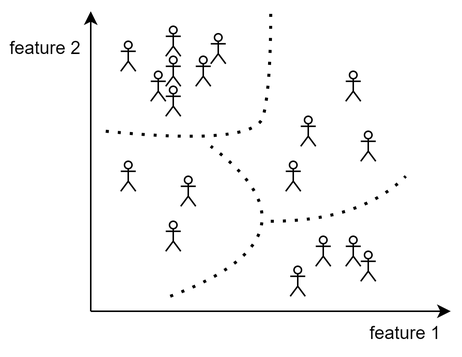
The draw.io diagram images/unsupervised_ml.png in bbirke/ml-python, before a commit. Source tidied: cells renumbered, new cells last; positions are measured from the earlier drawing's top-left corner, leaving out a move shared by most shapes. Its diagram source:
```xml
<mxGraphModel>
  <root>
    <mxCell id="0" />
    <mxCell id="1" parent="0" />
    <mxCell id="2" style="endArrow=classic;html=1;rounded=0;" parent="1" edge="1">
      <mxGeometry relative="1" as="geometry">
        <mxPoint x="60" y="200" as="sourcePoint" />
        <mxPoint x="300" y="200" as="targetPoint" />
      </mxGeometry>
    </mxCell>
    <mxCell id="3" value="feature 1" style="text;html=1;strokeColor=none;fillColor=none;align=center;verticalAlign=middle;whiteSpace=wrap;rounded=0;" parent="1" vertex="1">
      <mxGeometry x="240" y="200" width="60" height="30" as="geometry" />
    </mxCell>
    <mxCell id="4" style="endArrow=classic;html=1;rounded=0;" parent="1" edge="1">
      <mxGeometry relative="1" as="geometry">
        <mxPoint x="60" y="200" as="sourcePoint" />
        <mxPoint x="60" as="targetPoint" />
      </mxGeometry>
    </mxCell>
    <mxCell id="5" value="feature 2" style="text;html=1;strokeColor=none;fillColor=none;align=center;verticalAlign=middle;whiteSpace=wrap;rounded=0;" parent="1" vertex="1">
      <mxGeometry y="10" width="60" height="30" as="geometry" />
    </mxCell>
    <mxCell id="6" style="shape=umlActor;verticalLabelPosition=bottom;verticalAlign=top;html=1;" parent="1" vertex="1">
      <mxGeometry x="100" y="40" width="10" height="20" as="geometry" />
    </mxCell>
    <mxCell id="7" style="shape=umlActor;verticalLabelPosition=bottom;verticalAlign=top;html=1;" parent="1" vertex="1">
      <mxGeometry x="110" y="50" width="10" height="20" as="geometry" />
    </mxCell>
    <mxCell id="8" style="shape=umlActor;verticalLabelPosition=bottom;verticalAlign=top;html=1;" parent="1" vertex="1">
      <mxGeometry x="130" y="30" width="10" height="20" as="geometry" />
    </mxCell>
    <mxCell id="9" style="shape=umlActor;verticalLabelPosition=bottom;verticalAlign=top;html=1;" parent="1" vertex="1">
      <mxGeometry x="120" y="110" width="10" height="20" as="geometry" />
    </mxCell>
    <mxCell id="10" style="shape=umlActor;verticalLabelPosition=bottom;verticalAlign=top;html=1;" parent="1" vertex="1">
      <mxGeometry x="230" y="40" width="10" height="20" as="geometry" />
    </mxCell>
    <mxCell id="11" style="shape=umlActor;verticalLabelPosition=bottom;verticalAlign=top;html=1;" parent="1" vertex="1">
      <mxGeometry x="110" y="140" width="10" height="20" as="geometry" />
    </mxCell>
    <mxCell id="12" style="shape=umlActor;verticalLabelPosition=bottom;verticalAlign=top;html=1;" parent="1" vertex="1">
      <mxGeometry x="200" y="70" width="10" height="20" as="geometry" />
    </mxCell>
    <mxCell id="13" style="shape=umlActor;verticalLabelPosition=bottom;verticalAlign=top;html=1;" parent="1" vertex="1">
      <mxGeometry x="190" y="100" width="10" height="20" as="geometry" />
    </mxCell>
    <mxCell id="14" style="shape=umlActor;verticalLabelPosition=bottom;verticalAlign=top;html=1;" parent="1" vertex="1">
      <mxGeometry x="240" y="80" width="10" height="20" as="geometry" />
    </mxCell>
    <mxCell id="15" style="shape=umlActor;verticalLabelPosition=bottom;verticalAlign=top;html=1;" parent="1" vertex="1">
      <mxGeometry x="193" y="170" width="10" height="20" as="geometry" />
    </mxCell>
    <mxCell id="16" style="shape=umlActor;verticalLabelPosition=bottom;verticalAlign=top;html=1;" parent="1" vertex="1">
      <mxGeometry x="210" y="150" width="10" height="20" as="geometry" />
    </mxCell>
    <mxCell id="17" style="shape=umlActor;verticalLabelPosition=bottom;verticalAlign=top;html=1;" parent="1" vertex="1">
      <mxGeometry x="230" y="150" width="10" height="20" as="geometry" />
    </mxCell>
    <mxCell id="18" style="endArrow=none;dashed=1;html=1;dashPattern=1 3;strokeWidth=2;rounded=0;curved=1;" parent="1" edge="1">
      <mxGeometry relative="1" as="geometry">
        <mxPoint x="70" y="80" as="sourcePoint" />
        <mxPoint x="180" as="targetPoint" />
        <Array as="points">
          <mxPoint x="170" y="90" />
          <mxPoint x="180" y="50" />
        </Array>
      </mxGeometry>
    </mxCell>
    <mxCell id="19" style="endArrow=none;dashed=1;html=1;dashPattern=1 3;strokeWidth=2;rounded=0;curved=1;" parent="1" edge="1">
      <mxGeometry relative="1" as="geometry">
        <mxPoint x="113" y="190" as="sourcePoint" />
        <mxPoint x="140" y="90" as="targetPoint" />
        <Array as="points">
          <mxPoint x="220" y="150" />
        </Array>
      </mxGeometry>
    </mxCell>
    <mxCell id="20" style="endArrow=none;dashed=1;html=1;dashPattern=1 3;strokeWidth=2;rounded=0;curved=1;" parent="1" edge="1">
      <mxGeometry relative="1" as="geometry">
        <mxPoint x="180" y="140" as="sourcePoint" />
        <mxPoint x="270" y="110" as="targetPoint" />
        <Array as="points">
          <mxPoint x="240" y="140" />
        </Array>
      </mxGeometry>
    </mxCell>
    <mxCell id="21" style="shape=umlActor;verticalLabelPosition=bottom;verticalAlign=top;html=1;" parent="1" vertex="1">
      <mxGeometry x="240" y="160" width="10" height="20" as="geometry" />
    </mxCell>
    <mxCell id="22" style="shape=umlActor;verticalLabelPosition=bottom;verticalAlign=top;html=1;" parent="1" vertex="1">
      <mxGeometry x="80" y="20" width="10" height="20" as="geometry" />
    </mxCell>
    <mxCell id="23" style="shape=umlActor;verticalLabelPosition=bottom;verticalAlign=top;html=1;" parent="1" vertex="1">
      <mxGeometry x="110" y="10" width="10" height="20" as="geometry" />
    </mxCell>
    <mxCell id="24" style="shape=umlActor;verticalLabelPosition=bottom;verticalAlign=top;html=1;" parent="1" vertex="1">
      <mxGeometry x="110" y="30" width="10" height="20" as="geometry" />
    </mxCell>
    <mxCell id="25" style="shape=umlActor;verticalLabelPosition=bottom;verticalAlign=top;html=1;" parent="1" vertex="1">
      <mxGeometry x="140" y="15" width="10" height="20" as="geometry" />
    </mxCell>
    <mxCell id="26" style="shape=umlActor;verticalLabelPosition=bottom;verticalAlign=top;html=1;" parent="1" vertex="1">
      <mxGeometry x="80" y="100" width="10" height="20" as="geometry" />
    </mxCell>
  </root>
</mxGraphModel>
```
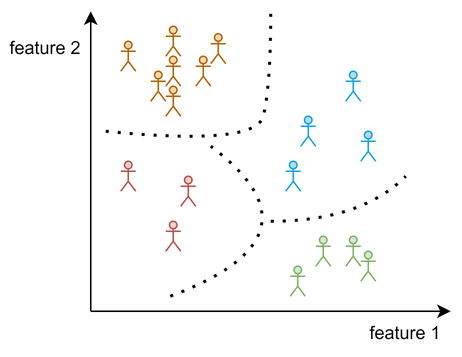
After the change.

The edit, as a diff of the source:
```diff
@@ -20,40 +20,40 @@
     <mxCell id="5" value="feature 2" style="text;html=1;strokeColor=none;fillColor=none;align=center;verticalAlign=middle;whiteSpace=wrap;rounded=0;" parent="1" vertex="1">
       <mxGeometry y="10" width="60" height="30" as="geometry" />
     </mxCell>
-    <mxCell id="6" style="shape=umlActor;verticalLabelPosition=bottom;verticalAlign=top;html=1;" parent="1" vertex="1">
+    <mxCell id="6" style="shape=umlActor;verticalLabelPosition=bottom;verticalAlign=top;html=1;fillColor=#fad7ac;strokeColor=#b46504;" parent="1" vertex="1">
       <mxGeometry x="100" y="40" width="10" height="20" as="geometry" />
     </mxCell>
-    <mxCell id="7" style="shape=umlActor;verticalLabelPosition=bottom;verticalAlign=top;html=1;" parent="1" vertex="1">
+    <mxCell id="7" style="shape=umlActor;verticalLabelPosition=bottom;verticalAlign=top;html=1;fillColor=#fad7ac;strokeColor=#b46504;" parent="1" vertex="1">
       <mxGeometry x="110" y="50" width="10" height="20" as="geometry" />
     </mxCell>
-    <mxCell id="8" style="shape=umlActor;verticalLabelPosition=bottom;verticalAlign=top;html=1;" parent="1" vertex="1">
+    <mxCell id="8" style="shape=umlActor;verticalLabelPosition=bottom;verticalAlign=top;html=1;fillColor=#fad7ac;strokeColor=#b46504;" parent="1" vertex="1">
       <mxGeometry x="130" y="30" width="10" height="20" as="geometry" />
     </mxCell>
-    <mxCell id="9" style="shape=umlActor;verticalLabelPosition=bottom;verticalAlign=top;html=1;" parent="1" vertex="1">
+    <mxCell id="9" style="shape=umlActor;verticalLabelPosition=bottom;verticalAlign=top;html=1;fillColor=#f8cecc;strokeColor=#b85450;" parent="1" vertex="1">
       <mxGeometry x="120" y="110" width="10" height="20" as="geometry" />
     </mxCell>
-    <mxCell id="10" style="shape=umlActor;verticalLabelPosition=bottom;verticalAlign=top;html=1;" parent="1" vertex="1">
+    <mxCell id="10" style="shape=umlActor;verticalLabelPosition=bottom;verticalAlign=top;html=1;fillColor=#b1ddf0;strokeColor=#17A4E0;" parent="1" vertex="1">
       <mxGeometry x="230" y="40" width="10" height="20" as="geometry" />
     </mxCell>
-    <mxCell id="11" style="shape=umlActor;verticalLabelPosition=bottom;verticalAlign=top;html=1;" parent="1" vertex="1">
+    <mxCell id="11" style="shape=umlActor;verticalLabelPosition=bottom;verticalAlign=top;html=1;fillColor=#f8cecc;strokeColor=#b85450;" parent="1" vertex="1">
       <mxGeometry x="110" y="140" width="10" height="20" as="geometry" />
     </mxCell>
-    <mxCell id="12" style="shape=umlActor;verticalLabelPosition=bottom;verticalAlign=top;html=1;" parent="1" vertex="1">
+    <mxCell id="12" style="shape=umlActor;verticalLabelPosition=bottom;verticalAlign=top;html=1;fillColor=#b1ddf0;strokeColor=#17A4E0;" parent="1" vertex="1">
       <mxGeometry x="200" y="70" width="10" height="20" as="geometry" />
     </mxCell>
-    <mxCell id="13" style="shape=umlActor;verticalLabelPosition=bottom;verticalAlign=top;html=1;" parent="1" vertex="1">
+    <mxCell id="13" style="shape=umlActor;verticalLabelPosition=bottom;verticalAlign=top;html=1;fillColor=#b1ddf0;strokeColor=#17A4E0;" parent="1" vertex="1">
       <mxGeometry x="190" y="100" width="10" height="20" as="geometry" />
     </mxCell>
-    <mxCell id="14" style="shape=umlActor;verticalLabelPosition=bottom;verticalAlign=top;html=1;" parent="1" vertex="1">
+    <mxCell id="14" style="shape=umlActor;verticalLabelPosition=bottom;verticalAlign=top;html=1;fillColor=#b1ddf0;strokeColor=#17A4E0;" parent="1" vertex="1">
       <mxGeometry x="240" y="80" width="10" height="20" as="geometry" />
     </mxCell>
-    <mxCell id="15" style="shape=umlActor;verticalLabelPosition=bottom;verticalAlign=top;html=1;" parent="1" vertex="1">
+    <mxCell id="15" style="shape=umlActor;verticalLabelPosition=bottom;verticalAlign=top;html=1;fillColor=#d5e8d4;strokeColor=#82b366;" parent="1" vertex="1">
       <mxGeometry x="193" y="170" width="10" height="20" as="geometry" />
     </mxCell>
-    <mxCell id="16" style="shape=umlActor;verticalLabelPosition=bottom;verticalAlign=top;html=1;" parent="1" vertex="1">
+    <mxCell id="16" style="shape=umlActor;verticalLabelPosition=bottom;verticalAlign=top;html=1;fillColor=#d5e8d4;strokeColor=#82b366;" parent="1" vertex="1">
       <mxGeometry x="210" y="150" width="10" height="20" as="geometry" />
     </mxCell>
-    <mxCell id="17" style="shape=umlActor;verticalLabelPosition=bottom;verticalAlign=top;html=1;" parent="1" vertex="1">
+    <mxCell id="17" style="shape=umlActor;verticalLabelPosition=bottom;verticalAlign=top;html=1;fillColor=#d5e8d4;strokeColor=#82b366;" parent="1" vertex="1">
       <mxGeometry x="230" y="150" width="10" height="20" as="geometry" />
     </mxCell>
     <mxCell id="18" style="endArrow=none;dashed=1;html=1;dashPattern=1 3;strokeWidth=2;rounded=0;curved=1;" parent="1" edge="1">
@@ -84,22 +84,22 @@
         </Array>
       </mxGeometry>
     </mxCell>
-    <mxCell id="21" style="shape=umlActor;verticalLabelPosition=bottom;verticalAlign=top;html=1;" parent="1" vertex="1">
+    <mxCell id="21" style="shape=umlActor;verticalLabelPosition=bottom;verticalAlign=top;html=1;fillColor=#d5e8d4;strokeColor=#82b366;" parent="1" vertex="1">
       <mxGeometry x="240" y="160" width="10" height="20" as="geometry" />
     </mxCell>
-    <mxCell id="22" style="shape=umlActor;verticalLabelPosition=bottom;verticalAlign=top;html=1;" parent="1" vertex="1">
+    <mxCell id="22" style="shape=umlActor;verticalLabelPosition=bottom;verticalAlign=top;html=1;fillColor=#fad7ac;strokeColor=#b46504;" parent="1" vertex="1">
       <mxGeometry x="80" y="20" width="10" height="20" as="geometry" />
     </mxCell>
-    <mxCell id="23" style="shape=umlActor;verticalLabelPosition=bottom;verticalAlign=top;html=1;" parent="1" vertex="1">
+    <mxCell id="23" style="shape=umlActor;verticalLabelPosition=bottom;verticalAlign=top;html=1;fillColor=#fad7ac;strokeColor=#b46504;" parent="1" vertex="1">
       <mxGeometry x="110" y="10" width="10" height="20" as="geometry" />
     </mxCell>
-    <mxCell id="24" style="shape=umlActor;verticalLabelPosition=bottom;verticalAlign=top;html=1;" parent="1" vertex="1">
+    <mxCell id="24" style="shape=umlActor;verticalLabelPosition=bottom;verticalAlign=top;html=1;fillColor=#fad7ac;strokeColor=#b46504;" parent="1" vertex="1">
       <mxGeometry x="110" y="30" width="10" height="20" as="geometry" />
     </mxCell>
-    <mxCell id="25" style="shape=umlActor;verticalLabelPosition=bottom;verticalAlign=top;html=1;" parent="1" vertex="1">
+    <mxCell id="25" style="shape=umlActor;verticalLabelPosition=bottom;verticalAlign=top;html=1;fillColor=#fad7ac;strokeColor=#b46504;" parent="1" vertex="1">
       <mxGeometry x="140" y="15" width="10" height="20" as="geometry" />
     </mxCell>
-    <mxCell id="26" style="shape=umlActor;verticalLabelPosition=bottom;verticalAlign=top;html=1;" parent="1" vertex="1">
+    <mxCell id="26" style="shape=umlActor;verticalLabelPosition=bottom;verticalAlign=top;html=1;fillColor=#f8cecc;strokeColor=#b85450;" parent="1" vertex="1">
       <mxGeometry x="80" y="100" width="10" height="20" as="geometry" />
     </mxCell>
   </root>
```
